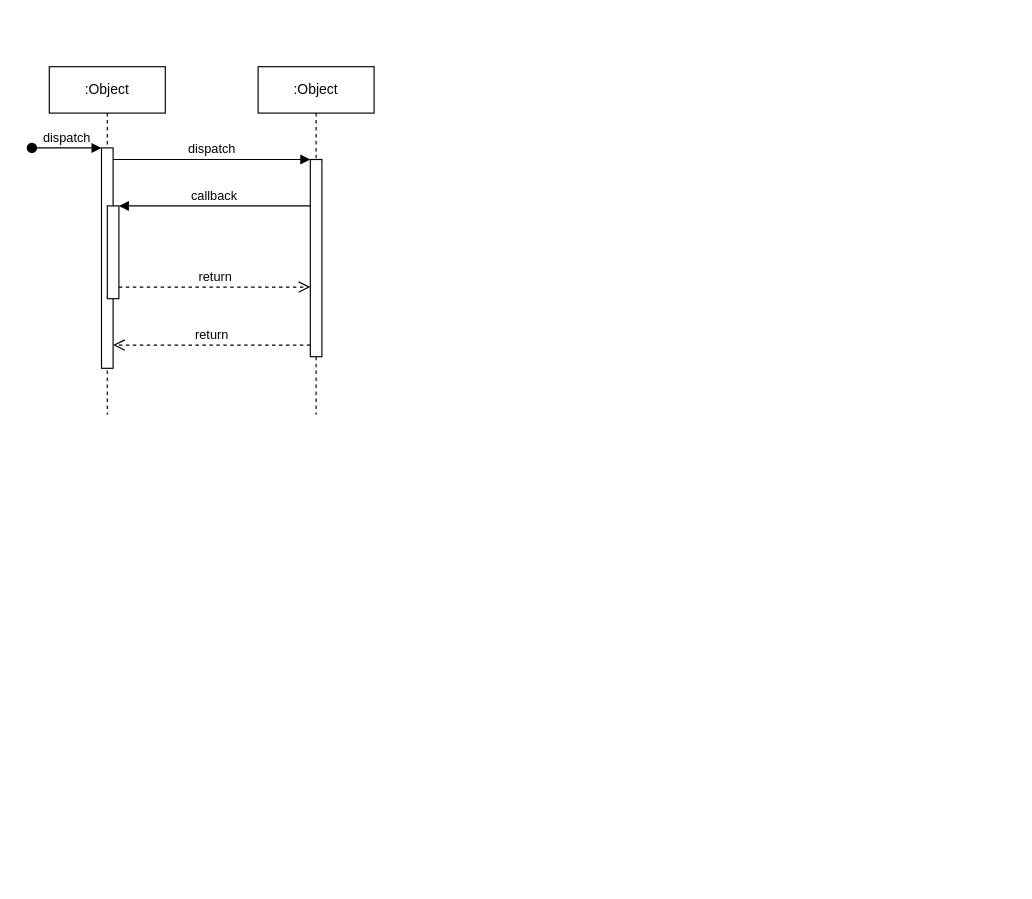
elgenio123/diagrams keeps this draw.io diagram as e-learning-int-diagram.drawio. Above is the earlier version. Source tidied: cells renumbered, new cells numbered last; positions are measured from the earlier drawing's top-left corner, leaving out a move shared by most shapes. Both pictures are drawn from the tidied source at 116%, with x=0, y=0 at pixel (31, 66).
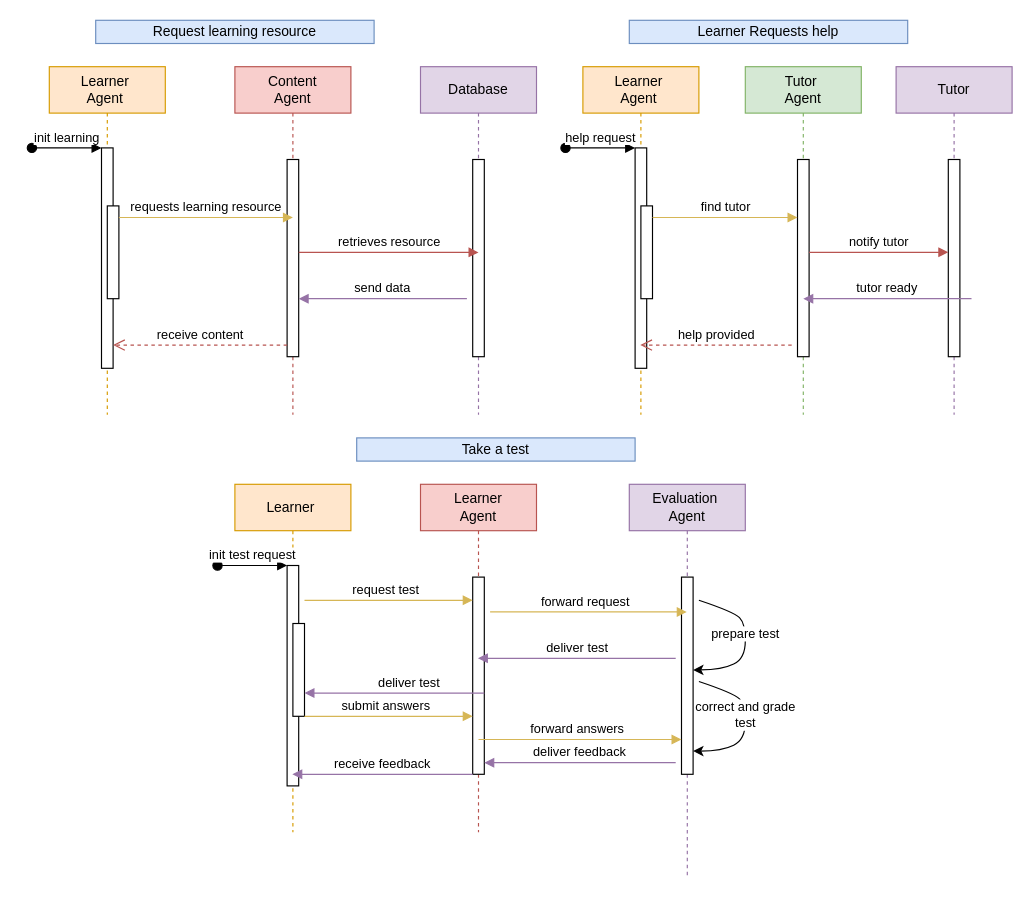
After the change.

Commit message:
Mettre à jour e-learning-int-diagram.drawio

The change refers to these unchanged cells:
```xml
<mxCell id="3" style="html=1;points=[];perimeter=orthogonalPerimeter;outlineConnect=0;targetShapes=umlLifeline;portConstraint=eastwest;newEdgeStyle={&quot;edgeStyle&quot;:&quot;elbowEdgeStyle&quot;,&quot;elbow&quot;:&quot;vertical&quot;,&quot;curved&quot;:0,&quot;rounded&quot;:0};" parent="2" vertex="1">
  <mxGeometry x="45" y="70" width="10" height="190" as="geometry" />
</mxCell>
<mxCell id="5" style="html=1;points=[];perimeter=orthogonalPerimeter;outlineConnect=0;targetShapes=umlLifeline;portConstraint=eastwest;newEdgeStyle={&quot;edgeStyle&quot;:&quot;elbowEdgeStyle&quot;,&quot;elbow&quot;:&quot;vertical&quot;,&quot;curved&quot;:0,&quot;rounded&quot;:0};" parent="2" vertex="1">
  <mxGeometry x="50" y="120" width="10" height="80" as="geometry" />
</mxCell>
<mxCell id="7" style="html=1;points=[];perimeter=orthogonalPerimeter;outlineConnect=0;targetShapes=umlLifeline;portConstraint=eastwest;newEdgeStyle={&quot;edgeStyle&quot;:&quot;elbowEdgeStyle&quot;,&quot;elbow&quot;:&quot;vertical&quot;,&quot;curved&quot;:0,&quot;rounded&quot;:0};" parent="6" vertex="1">
  <mxGeometry x="45" y="80" width="10" height="170" as="geometry" />
</mxCell>
```

Change to the diagram source:
```diff
@@
-    <mxCell id="2" value=":Object" style="shape=umlLifeline;perimeter=lifelinePerimeter;whiteSpace=wrap;html=1;newEdgeStyle={&quot;edgeStyle&quot;:&quot;elbowEdgeStyle&quot;,&quot;elbow&quot;:&quot;vertical&quot;,&quot;curved&quot;:0,&quot;rounded&quot;:0};" parent="1" vertex="1">
+    <mxCell id="2" value="Learner&amp;nbsp;&lt;div&gt;Agent&amp;nbsp;&lt;/div&gt;" style="shape=umlLifeline;perimeter=lifelinePerimeter;whiteSpace=wrap;html=1;newEdgeStyle={&quot;edgeStyle&quot;:&quot;elbowEdgeStyle&quot;,&quot;elbow&quot;:&quot;vertical&quot;,&quot;curved&quot;:0,&quot;rounded&quot;:0};fillColor=#ffe6cc;strokeColor=#d79b00;" parent="1" vertex="1">
       <mxGeometry x="15" width="100" height="300" as="geometry" />
     </mxCell>
@@
-    <mxCell id="4" value="dispatch" style="html=1;verticalAlign=bottom;startArrow=oval;endArrow=block;startSize=8;edgeStyle=elbowEdgeStyle;elbow=vertical;curved=0;rounded=0;" parent="2" edge="1" target="3">
+    <mxCell id="4" value="init learning" style="html=1;verticalAlign=bottom;startArrow=oval;endArrow=block;startSize=8;edgeStyle=elbowEdgeStyle;elbow=vertical;curved=0;rounded=0;" parent="2" edge="1" target="3">
       <mxGeometry relative="1" as="geometry">
         <mxPoint x="-15" y="70" as="sourcePoint" />
       </mxGeometry>
     </mxCell>
@@
-    <mxCell id="6" value=":Object" style="shape=umlLifeline;perimeter=lifelinePerimeter;whiteSpace=wrap;html=1;newEdgeStyle={&quot;edgeStyle&quot;:&quot;elbowEdgeStyle&quot;,&quot;elbow&quot;:&quot;vertical&quot;,&quot;curved&quot;:0,&quot;rounded&quot;:0};" parent="1" vertex="1">
-      <mxGeometry x="195" width="100" height="300" as="geometry" />
+    <mxCell id="6" value="Content&lt;div&gt;Agent&lt;/div&gt;" style="shape=umlLifeline;perimeter=lifelinePerimeter;whiteSpace=wrap;html=1;newEdgeStyle={&quot;edgeStyle&quot;:&quot;elbowEdgeStyle&quot;,&quot;elbow&quot;:&quot;vertical&quot;,&quot;curved&quot;:0,&quot;rounded&quot;:0};fillColor=#f8cecc;strokeColor=#b85450;" parent="1" vertex="1">
+      <mxGeometry x="175" width="100" height="300" as="geometry" />
     </mxCell>
@@
-    <mxCell id="8" value="dispatch" style="html=1;verticalAlign=bottom;endArrow=block;edgeStyle=elbowEdgeStyle;elbow=vertical;curved=0;rounded=0;" parent="1" edge="1" source="3" target="7">
+    <mxCell id="8" value="requests learning resource" style="html=1;verticalAlign=bottom;endArrow=block;edgeStyle=elbowEdgeStyle;elbow=vertical;curved=0;rounded=0;entryX=0.5;entryY=0.294;entryDx=0;entryDy=0;entryPerimeter=0;fillColor=#fff2cc;strokeColor=#d6b656;" parent="1" edge="1" target="7">
       <mxGeometry relative="1" as="geometry">
+        <mxPoint x="75" y="130" as="sourcePoint" />
         <Array as="points">
-          <mxPoint x="155" y="80" />
+          <mxPoint x="160" y="130" />
         </Array>
       </mxGeometry>
     </mxCell>
-    <mxCell id="9" value="return" style="html=1;verticalAlign=bottom;endArrow=open;dashed=1;endSize=8;edgeStyle=elbowEdgeStyle;elbow=vertical;curved=0;rounded=0;" parent="1" edge="1" source="7" target="3">
+    <mxCell id="9" value="receive content" style="html=1;verticalAlign=bottom;endArrow=open;dashed=1;endSize=8;edgeStyle=elbowEdgeStyle;elbow=vertical;curved=0;rounded=0;fillColor=#f8cecc;strokeColor=#b85450;" parent="1" edge="1" source="7" target="3">
       <mxGeometry relative="1" as="geometry">
         <Array as="points">
           <mxPoint x="165" y="240" />
         </Array>
       </mxGeometry>
     </mxCell>
-    <mxCell id="10" value="callback" style="html=1;verticalAlign=bottom;endArrow=block;edgeStyle=elbowEdgeStyle;elbow=vertical;curved=0;rounded=0;" parent="1" edge="1" source="7" target="5">
-      <mxGeometry relative="1" as="geometry">
-        <Array as="points">
-          <mxPoint x="165" y="120" />
-        </Array>
-      </mxGeometry>
-    </mxCell>
-    <mxCell id="11" value="return" style="html=1;verticalAlign=bottom;endArrow=open;dashed=1;endSize=8;edgeStyle=elbowEdgeStyle;elbow=vertical;curved=0;rounded=0;" parent="1" edge="1" source="5" target="7">
-      <mxGeometry relative="1" as="geometry">
-        <Array as="points">
-          <mxPoint x="155" y="190" />
-        </Array>
-      </mxGeometry>
-    </mxCell>
+    <mxCell id="12" value="Database" style="shape=umlLifeline;perimeter=lifelinePerimeter;whiteSpace=wrap;html=1;newEdgeStyle={&quot;edgeStyle&quot;:&quot;elbowEdgeStyle&quot;,&quot;elbow&quot;:&quot;vertical&quot;,&quot;curved&quot;:0,&quot;rounded&quot;:0};fillColor=#e1d5e7;strokeColor=#9673a6;" parent="1" vertex="1">
+      <mxGeometry x="335" width="100" height="300" as="geometry" />
+    </mxCell>
+    <mxCell id="13" style="html=1;points=[];perimeter=orthogonalPerimeter;outlineConnect=0;targetShapes=umlLifeline;portConstraint=eastwest;newEdgeStyle={&quot;edgeStyle&quot;:&quot;elbowEdgeStyle&quot;,&quot;elbow&quot;:&quot;vertical&quot;,&quot;curved&quot;:0,&quot;rounded&quot;:0};" parent="12" vertex="1">
+      <mxGeometry x="45" y="80" width="10" height="170" as="geometry" />
+    </mxCell>
+    <mxCell id="14" value="retrieves resource" style="html=1;verticalAlign=bottom;endArrow=block;edgeStyle=elbowEdgeStyle;elbow=horizontal;curved=0;rounded=0;fillColor=#f8cecc;strokeColor=#b85450;entryX=0.5;entryY=0.471;entryDx=0;entryDy=0;entryPerimeter=0;" parent="1" edge="1" source="7" target="13">
+      <mxGeometry relative="1" as="geometry">
+        <Array as="points">
+          <mxPoint x="330" y="160" />
+        </Array>
+      </mxGeometry>
+    </mxCell>
+    <mxCell id="15" value="send data" style="html=1;verticalAlign=bottom;endArrow=block;edgeStyle=elbowEdgeStyle;elbow=vertical;curved=0;rounded=0;fillColor=#e1d5e7;strokeColor=#9673a6;" parent="1" edge="1" target="7">
+      <mxGeometry relative="1" as="geometry">
+        <mxPoint x="375" y="200" as="sourcePoint" />
+        <Array as="points">
+          <mxPoint x="345" y="200" />
+        </Array>
+      </mxGeometry>
+    </mxCell>
+    <mxCell id="16" value="Request learning resource" style="rounded=0;whiteSpace=wrap;html=1;fillColor=#dae8fc;strokeColor=#6c8ebf;" parent="1" vertex="1">
+      <mxGeometry x="55" y="-40" width="240" height="20" as="geometry" />
+    </mxCell>
+    <mxCell id="17" value="Learner Requests help" style="rounded=0;whiteSpace=wrap;html=1;fillColor=#dae8fc;strokeColor=#6c8ebf;" parent="1" vertex="1">
+      <mxGeometry x="515" y="-40" width="240" height="20" as="geometry" />
+    </mxCell>
+    <mxCell id="18" value="Learner&amp;nbsp;&lt;div&gt;Agent&amp;nbsp;&lt;/div&gt;" style="shape=umlLifeline;perimeter=lifelinePerimeter;whiteSpace=wrap;html=1;outlineConnect=0;portConstraint=eastwest;newEdgeStyle={&quot;edgeStyle&quot;:&quot;elbowEdgeStyle&quot;,&quot;elbow&quot;:&quot;vertical&quot;,&quot;curved&quot;:0,&quot;rounded&quot;:0};fillColor=#ffe6cc;strokeColor=#d79b00;" parent="1" vertex="1">
+      <mxGeometry x="475" width="100" height="300" as="geometry" />
+    </mxCell>
+    <mxCell id="19" style="html=1;points=[];perimeter=orthogonalPerimeter;outlineConnect=0;targetShapes=umlLifeline;portConstraint=eastwest;newEdgeStyle={&quot;edgeStyle&quot;:&quot;elbowEdgeStyle&quot;,&quot;elbow&quot;:&quot;vertical&quot;,&quot;curved&quot;:0,&quot;rounded&quot;:0};" parent="18" vertex="1">
+      <mxGeometry x="45" y="70" width="10" height="190" as="geometry" />
+    </mxCell>
+    <mxCell id="20" value="help request" style="html=1;verticalAlign=bottom;startArrow=oval;endArrow=block;startSize=8;edgeStyle=elbowEdgeStyle;elbow=vertical;curved=0;rounded=0;" parent="18" edge="1" target="19">
+      <mxGeometry relative="1" as="geometry">
+        <mxPoint x="-15" y="70" as="sourcePoint" />
+      </mxGeometry>
+    </mxCell>
+    <mxCell id="21" style="html=1;perimeter=orthogonalPerimeter;targetShapes=umlLifeline;newEdgeStyle={&quot;edgeStyle&quot;:&quot;elbowEdgeStyle&quot;,&quot;elbow&quot;:&quot;vertical&quot;,&quot;curved&quot;:0,&quot;rounded&quot;:0};" parent="18" vertex="1">
+      <mxGeometry x="50" y="120" width="10" height="80" as="geometry" />
+    </mxCell>
+    <mxCell id="22" value="Tutor&amp;nbsp;&lt;div&gt;Agent&lt;/div&gt;" style="shape=umlLifeline;perimeter=lifelinePerimeter;whiteSpace=wrap;html=1;newEdgeStyle={&quot;edgeStyle&quot;:&quot;elbowEdgeStyle&quot;,&quot;elbow&quot;:&quot;vertical&quot;,&quot;curved&quot;:0,&quot;rounded&quot;:0};fillColor=#d5e8d4;strokeColor=#82b366;" parent="1" vertex="1">
+      <mxGeometry x="615" width="100" height="300" as="geometry" />
+    </mxCell>
+    <mxCell id="23" style="html=1;perimeter=orthogonalPerimeter;targetShapes=umlLifeline;newEdgeStyle={&quot;edgeStyle&quot;:&quot;elbowEdgeStyle&quot;,&quot;elbow&quot;:&quot;vertical&quot;,&quot;curved&quot;:0,&quot;rounded&quot;:0};" parent="22" vertex="1">
+      <mxGeometry x="45" y="80" width="10" height="170" as="geometry" />
+    </mxCell>
+    <mxCell id="24" value="Tutor" style="shape=umlLifeline;perimeter=lifelinePerimeter;whiteSpace=wrap;html=1;newEdgeStyle={&quot;edgeStyle&quot;:&quot;elbowEdgeStyle&quot;,&quot;elbow&quot;:&quot;vertical&quot;,&quot;curved&quot;:0,&quot;rounded&quot;:0};fillColor=#e1d5e7;strokeColor=#9673a6;" parent="1" vertex="1">
+      <mxGeometry x="745" width="100" height="300" as="geometry" />
+    </mxCell>
+    <mxCell id="25" style="html=1;perimeter=orthogonalPerimeter;targetShapes=umlLifeline;newEdgeStyle={&quot;edgeStyle&quot;:&quot;elbowEdgeStyle&quot;,&quot;elbow&quot;:&quot;vertical&quot;,&quot;curved&quot;:0,&quot;rounded&quot;:0};" parent="24" vertex="1">
+      <mxGeometry x="45" y="80" width="10" height="170" as="geometry" />
+    </mxCell>
+    <mxCell id="26" value="find tutor" style="html=1;verticalAlign=bottom;endArrow=block;edgeStyle=elbowEdgeStyle;elbow=vertical;curved=0;rounded=0;fillColor=#fff2cc;strokeColor=#d6b656;" parent="1" edge="1">
+      <mxGeometry relative="1" as="geometry">
+        <mxPoint x="535" y="130" as="sourcePoint" />
+        <mxPoint x="660" y="130" as="targetPoint" />
+        <Array as="points">
+          <mxPoint x="610" y="130" />
+        </Array>
+      </mxGeometry>
+    </mxCell>
+    <mxCell id="27" value="notify tutor" style="html=1;verticalAlign=bottom;endArrow=block;edgeStyle=elbowEdgeStyle;elbow=horizontal;curved=0;rounded=0;fillColor=#f8cecc;strokeColor=#b85450;" parent="1" edge="1">
+      <mxGeometry relative="1" as="geometry">
+        <mxPoint x="670" y="160" as="sourcePoint" />
+        <mxPoint x="790" y="160" as="targetPoint" />
+        <Array as="points">
+          <mxPoint x="770" y="160" />
+        </Array>
+      </mxGeometry>
+    </mxCell>
+    <mxCell id="28" value="tutor ready" style="html=1;verticalAlign=bottom;endArrow=block;edgeStyle=elbowEdgeStyle;elbow=vertical;curved=0;rounded=0;fillColor=#e1d5e7;strokeColor=#9673a6;" parent="1" edge="1">
+      <mxGeometry relative="1" as="geometry">
+        <mxPoint x="810" y="200" as="sourcePoint" />
+        <mxPoint x="665" y="200" as="targetPoint" />
+        <Array as="points">
+          <mxPoint x="780" y="200" />
+        </Array>
+      </mxGeometry>
+    </mxCell>
+    <mxCell id="29" value="help provided" style="html=1;verticalAlign=bottom;endArrow=open;dashed=1;endSize=8;edgeStyle=elbowEdgeStyle;elbow=vertical;curved=0;rounded=0;fillColor=#f8cecc;strokeColor=#b85450;" parent="1" edge="1" target="18">
+      <mxGeometry relative="1" as="geometry">
+        <mxPoint x="655" y="240" as="sourcePoint" />
+        <Array as="points">
+          <mxPoint x="620" y="240" />
+        </Array>
+      </mxGeometry>
+    </mxCell>
+    <mxCell id="30" value="Take a test" style="rounded=0;whiteSpace=wrap;html=1;fillColor=#dae8fc;strokeColor=#6c8ebf;" parent="1" vertex="1">
+      <mxGeometry x="280" y="320" width="240" height="20" as="geometry" />
+    </mxCell>
+    <mxCell id="31" value="Learner&lt;span style=&quot;background-color: transparent; color: light-dark(rgb(0, 0, 0), rgb(255, 255, 255));&quot;&gt;&amp;nbsp;&lt;/span&gt;" style="shape=umlLifeline;perimeter=lifelinePerimeter;whiteSpace=wrap;html=1;outlineConnect=0;portConstraint=eastwest;newEdgeStyle={&quot;edgeStyle&quot;:&quot;elbowEdgeStyle&quot;,&quot;elbow&quot;:&quot;vertical&quot;,&quot;curved&quot;:0,&quot;rounded&quot;:0};fillColor=#ffe6cc;strokeColor=#d79b00;" parent="1" vertex="1">
+      <mxGeometry x="175" y="360" width="100" height="300" as="geometry" />
+    </mxCell>
+    <mxCell id="32" style="html=1;points=[];perimeter=orthogonalPerimeter;outlineConnect=0;targetShapes=umlLifeline;portConstraint=eastwest;newEdgeStyle={&quot;edgeStyle&quot;:&quot;elbowEdgeStyle&quot;,&quot;elbow&quot;:&quot;vertical&quot;,&quot;curved&quot;:0,&quot;rounded&quot;:0};" parent="31" vertex="1">
+      <mxGeometry x="45" y="70" width="10" height="190" as="geometry" />
+    </mxCell>
+    <mxCell id="33" value="init test request" style="html=1;verticalAlign=bottom;startArrow=oval;endArrow=block;startSize=8;edgeStyle=elbowEdgeStyle;elbow=vertical;curved=0;rounded=0;" parent="31" edge="1" target="32">
+      <mxGeometry relative="1" as="geometry">
+        <mxPoint x="-15" y="70" as="sourcePoint" />
+      </mxGeometry>
+    </mxCell>
+    <mxCell id="34" style="html=1;perimeter=orthogonalPerimeter;targetShapes=umlLifeline;newEdgeStyle={&quot;edgeStyle&quot;:&quot;elbowEdgeStyle&quot;,&quot;elbow&quot;:&quot;vertical&quot;,&quot;curved&quot;:0,&quot;rounded&quot;:0};" parent="31" vertex="1">
+      <mxGeometry x="50" y="120" width="10" height="80" as="geometry" />
+    </mxCell>
+    <mxCell id="35" value="Learner&lt;div&gt;Agent&lt;/div&gt;" style="shape=umlLifeline;perimeter=lifelinePerimeter;whiteSpace=wrap;html=1;outlineConnect=0;portConstraint=eastwest;newEdgeStyle={&quot;edgeStyle&quot;:&quot;elbowEdgeStyle&quot;,&quot;elbow&quot;:&quot;vertical&quot;,&quot;curved&quot;:0,&quot;rounded&quot;:0};fillColor=#f8cecc;strokeColor=#b85450;" parent="1" vertex="1">
+      <mxGeometry x="335" y="360" width="100" height="300" as="geometry" />
+    </mxCell>
+    <mxCell id="36" style="html=1;points=[];perimeter=orthogonalPerimeter;outlineConnect=0;targetShapes=umlLifeline;portConstraint=eastwest;newEdgeStyle={&quot;edgeStyle&quot;:&quot;elbowEdgeStyle&quot;,&quot;elbow&quot;:&quot;vertical&quot;,&quot;curved&quot;:0,&quot;rounded&quot;:0};" parent="35" vertex="1">
+      <mxGeometry x="45" y="80" width="10" height="170" as="geometry" />
+    </mxCell>
+    <mxCell id="37" value="Evaluation&amp;nbsp;&lt;div&gt;Agent&lt;/div&gt;" style="shape=umlLifeline;perimeter=lifelinePerimeter;whiteSpace=wrap;html=1;outlineConnect=0;portConstraint=eastwest;newEdgeStyle={&quot;edgeStyle&quot;:&quot;elbowEdgeStyle&quot;,&quot;elbow&quot;:&quot;vertical&quot;,&quot;curved&quot;:0,&quot;rounded&quot;:0};fillColor=#e1d5e7;strokeColor=#9673a6;" parent="1" vertex="1">
+      <mxGeometry x="515" y="360" width="100" height="340" as="geometry" />
+    </mxCell>
+    <mxCell id="38" style="html=1;points=[];perimeter=orthogonalPerimeter;outlineConnect=0;targetShapes=umlLifeline;portConstraint=eastwest;newEdgeStyle={&quot;edgeStyle&quot;:&quot;elbowEdgeStyle&quot;,&quot;elbow&quot;:&quot;vertical&quot;,&quot;curved&quot;:0,&quot;rounded&quot;:0};" parent="37" vertex="1">
+      <mxGeometry x="45" y="80" width="10" height="170" as="geometry" />
+    </mxCell>
+    <mxCell id="39" value="request test" style="html=1;verticalAlign=bottom;endArrow=block;edgeStyle=elbowEdgeStyle;elbow=vertical;curved=0;rounded=0;fillColor=#fff2cc;strokeColor=#d6b656;" parent="1" edge="1" target="36">
+      <mxGeometry x="-0.03" relative="1" as="geometry">
+        <mxPoint x="235" y="460" as="sourcePoint" />
+        <Array as="points">
+          <mxPoint x="320" y="460" />
+        </Array>
+      </mxGeometry>
+    </mxCell>
+    <mxCell id="40" value="forward request" style="html=1;verticalAlign=bottom;endArrow=block;edgeStyle=elbowEdgeStyle;elbow=vertical;curved=0;rounded=0;fillColor=#fff2cc;strokeColor=#d6b656;" parent="1" edge="1" target="37">
+      <mxGeometry x="-0.03" relative="1" as="geometry">
+        <mxPoint x="395" y="470" as="sourcePoint" />
+        <Array as="points">
+          <mxPoint x="480" y="470" />
+        </Array>
+      </mxGeometry>
+    </mxCell>
+    <mxCell id="41" style="curved=1;endArrow=classic;html=1;rounded=0;" parent="1" edge="1" target="38">
+      <mxGeometry relative="1" as="geometry">
+        <mxPoint x="575" y="460" as="sourcePoint" />
+        <Array as="points">
+          <mxPoint x="605" y="470" />
+          <mxPoint x="615" y="480" />
+          <mxPoint x="615" y="510" />
+          <mxPoint x="595" y="520" />
+        </Array>
+      </mxGeometry>
+    </mxCell>
+    <mxCell id="42" value="prepare test" style="edgeLabel;html=1;align=center;verticalAlign=middle;" parent="41" vertex="1">
+      <mxGeometry x="-0.13" y="-1" relative="1" as="geometry" />
+    </mxCell>
+    <mxCell id="43" value="deliver test" style="html=1;verticalAlign=bottom;endArrow=block;edgeStyle=elbowEdgeStyle;elbow=vertical;curved=0;rounded=0;fillColor=#e1d5e7;strokeColor=#9673a6;" parent="1" edge="1" target="35">
+      <mxGeometry relative="1" as="geometry">
+        <mxPoint x="555" y="510" as="sourcePoint" />
+        <Array as="points">
+          <mxPoint x="540" y="510" />
+        </Array>
+      </mxGeometry>
+    </mxCell>
+    <mxCell id="44" value="deliver test" style="html=1;verticalAlign=bottom;endArrow=block;edgeStyle=elbowEdgeStyle;elbow=vertical;curved=0;rounded=0;fillColor=#e1d5e7;strokeColor=#9673a6;" parent="1" edge="1">
+      <mxGeometry relative="1" as="geometry">
+        <mxPoint x="365" y="540" as="sourcePoint" />
+        <mxPoint x="235" y="540" as="targetPoint" />
+        <Array as="points">
+          <mxPoint x="390" y="540" />
+        </Array>
+      </mxGeometry>
+    </mxCell>
+    <mxCell id="45" value="submit answers" style="html=1;verticalAlign=bottom;endArrow=block;edgeStyle=elbowEdgeStyle;elbow=vertical;curved=0;rounded=0;fillColor=#fff2cc;strokeColor=#d6b656;" parent="1" edge="1">
+      <mxGeometry x="-0.03" relative="1" as="geometry">
+        <mxPoint x="235" y="560" as="sourcePoint" />
+        <mxPoint x="380" y="560" as="targetPoint" />
+        <Array as="points">
+          <mxPoint x="320" y="560" />
+        </Array>
+      </mxGeometry>
+    </mxCell>
+    <mxCell id="46" value="forward answers" style="html=1;verticalAlign=bottom;endArrow=block;edgeStyle=elbowEdgeStyle;elbow=vertical;curved=0;rounded=0;fillColor=#fff2cc;strokeColor=#d6b656;" parent="1" edge="1" target="38">
+      <mxGeometry x="-0.03" relative="1" as="geometry">
+        <mxPoint x="385" y="580" as="sourcePoint" />
+        <Array as="points">
+          <mxPoint x="470" y="580" />
+        </Array>
+      </mxGeometry>
+    </mxCell>
+    <mxCell id="47" style="curved=1;endArrow=classic;html=1;rounded=0;" parent="1" edge="1">
+      <mxGeometry relative="1" as="geometry">
+        <mxPoint x="575" y="530" as="sourcePoint" />
+        <mxPoint x="570" y="590" as="targetPoint" />
+        <Array as="points">
+          <mxPoint x="605" y="540" />
+          <mxPoint x="615" y="550" />
+          <mxPoint x="615" y="580" />
+          <mxPoint x="595" y="590" />
+        </Array>
+      </mxGeometry>
+    </mxCell>
+    <mxCell id="48" value="correct and grade&lt;div&gt;test&lt;/div&gt;" style="edgeLabel;html=1;align=center;verticalAlign=middle;" parent="47" vertex="1">
+      <mxGeometry x="-0.13" y="-1" relative="1" as="geometry" />
+    </mxCell>
+    <mxCell id="49" value="deliver feedback" style="html=1;verticalAlign=bottom;endArrow=block;edgeStyle=elbowEdgeStyle;elbow=vertical;curved=0;rounded=0;fillColor=#e1d5e7;strokeColor=#9673a6;" parent="1" edge="1" target="36">
+      <mxGeometry relative="1" as="geometry">
+        <mxPoint x="555" y="600" as="sourcePoint" />
+        <Array as="points">
+          <mxPoint x="540" y="600" />
+        </Array>
+      </mxGeometry>
+    </mxCell>
+    <mxCell id="50" value="receive feedback" style="html=1;verticalAlign=bottom;endArrow=block;edgeStyle=elbowEdgeStyle;elbow=vertical;curved=0;rounded=0;fillColor=#e1d5e7;strokeColor=#9673a6;" parent="1" edge="1" target="31">
+      <mxGeometry relative="1" as="geometry">
+        <mxPoint x="380" y="610" as="sourcePoint" />
+        <Array as="points">
+          <mxPoint x="365" y="610" />
+        </Array>
+      </mxGeometry>
+    </mxCell>
```
